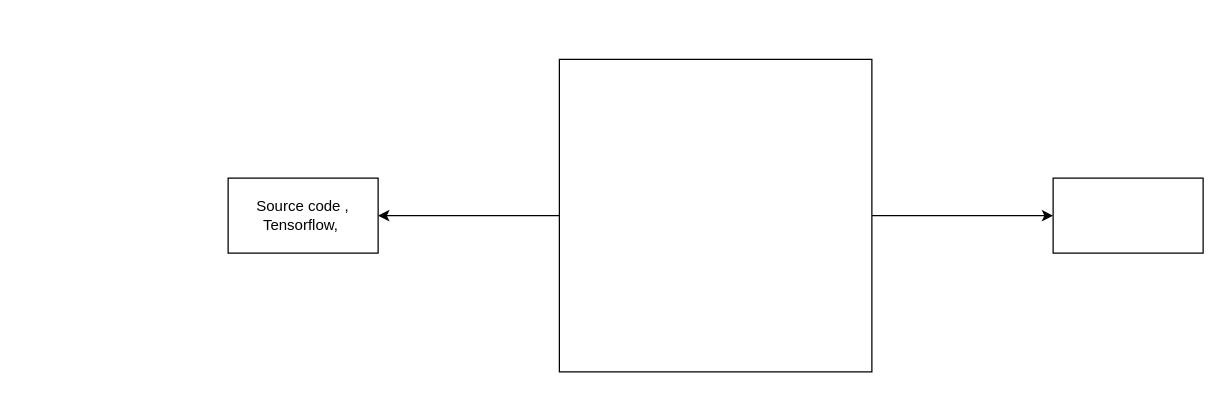
The draw.io diagram Diagramme sans nom.drawio in tperchoc/CGRA, before the edit. Source tidied: cells renumbered, new cells numbered last; positions are measured from the earlier drawing's top-left corner, leaving out a move shared by most shapes. Both pictures are drawn from the tidied source at 125%, with x=0, y=0 at pixel (228, 59).
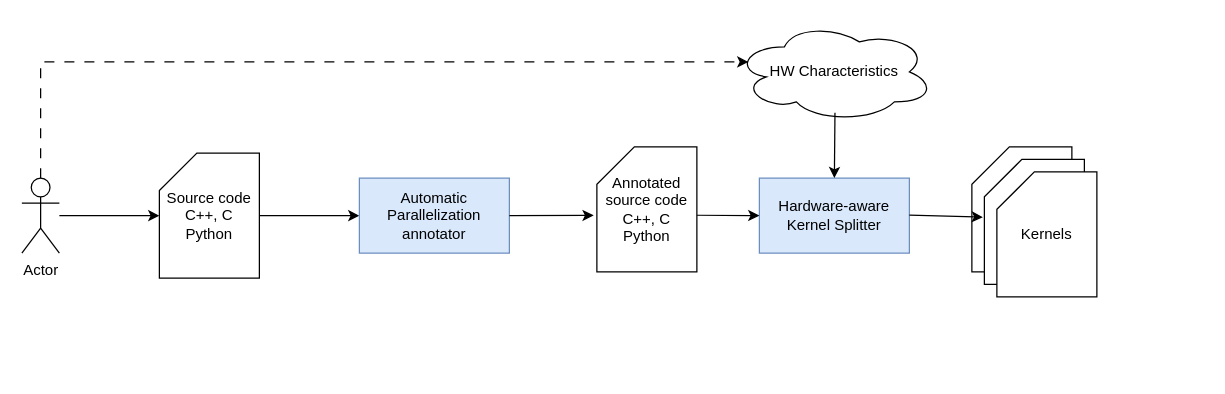
The same page after the edit.

Commit message:
Mettre à jour Diagramme sans nom.drawio

Diff of the diagram source:
```diff
@@
-    <mxCell id="2" style="edgeStyle=orthogonalEdgeStyle;rounded=0;jettySize=auto;html=1;" parent="1" edge="1" source="4" target="5">
-      <mxGeometry relative="1" as="geometry" />
-    </mxCell>
-    <mxCell id="3" style="edgeStyle=orthogonalEdgeStyle;rounded=0;jettySize=auto;html=1;" parent="1" edge="1" source="4" target="6">
-      <mxGeometry relative="1" as="geometry" />
-    </mxCell>
-    <mxCell id="4" style="whiteSpace=wrap;html=1;" parent="1" vertex="1">
-      <mxGeometry x="265" width="250" height="250" as="geometry" />
-    </mxCell>
-    <mxCell id="5" style="whiteSpace=wrap;html=1;" parent="1" vertex="1">
-      <mxGeometry x="660" y="95" width="120" height="60" as="geometry" />
-    </mxCell>
-    <mxCell id="6" value="Source code , Tensorflow,&amp;nbsp;" style="whiteSpace=wrap;html=1;" parent="1" vertex="1">
-      <mxGeometry y="95" width="120" height="60" as="geometry" />
-    </mxCell>
+    <mxCell id="7" value="Actor" style="shape=umlActor;verticalLabelPosition=bottom;verticalAlign=top;html=1;outlineConnect=0;" parent="1" vertex="1">
+      <mxGeometry x="-165" y="95" width="30" height="60" as="geometry" />
+    </mxCell>
+    <mxCell id="8" style="endArrow=classic;html=1;rounded=0;" parent="1" edge="1" source="7" target="11">
+      <mxGeometry relative="1" as="geometry" />
+    </mxCell>
+    <mxCell id="9" style="endArrow=classic;html=1;rounded=0;entryX=0;entryY=0.5;entryDx=0;entryDy=0;exitX=1;exitY=0.5;exitDx=0;exitDy=0;exitPerimeter=0;" parent="1" edge="1" source="11" target="10">
+      <mxGeometry relative="1" as="geometry" />
+    </mxCell>
+    <mxCell id="10" value="Automatic Parallelization annotator" style="whiteSpace=wrap;html=1;fillColor=#dae8fc;strokeColor=#6c8ebf;" parent="1" vertex="1">
+      <mxGeometry x="105" y="95" width="120" height="60" as="geometry" />
+    </mxCell>
+    <mxCell id="11" value="&lt;div&gt;Source code&lt;/div&gt;&lt;div&gt;C++, C&lt;/div&gt;&lt;div&gt;Python&lt;br&gt;&lt;/div&gt;" style="shape=card;whiteSpace=wrap;html=1;" parent="1" vertex="1">
+      <mxGeometry x="-55" y="75" width="80" height="100" as="geometry" />
+    </mxCell>
+    <mxCell id="12" value="&lt;div&gt;Annotated source code&lt;/div&gt;&lt;div&gt;C++, C&lt;/div&gt;&lt;div&gt;Python&lt;br&gt;&lt;/div&gt;" style="shape=card;whiteSpace=wrap;html=1;" parent="1" vertex="1">
+      <mxGeometry x="295" y="70" width="80" height="100" as="geometry" />
+    </mxCell>
+    <mxCell id="13" style="endArrow=classic;html=1;rounded=0;exitX=1;exitY=0.5;exitDx=0;exitDy=0;entryX=-0.032;entryY=0.548;entryDx=0;entryDy=0;entryPerimeter=0;" parent="1" edge="1" source="10" target="12">
+      <mxGeometry relative="1" as="geometry" />
+    </mxCell>
+    <mxCell id="14" value="Hardware-aware Kernel Splitter" style="whiteSpace=wrap;html=1;fillColor=#dae8fc;strokeColor=#6c8ebf;" parent="1" vertex="1">
+      <mxGeometry x="425" y="95" width="120" height="60" as="geometry" />
+    </mxCell>
+    <mxCell id="15" style="endArrow=classic;html=1;rounded=0;exitX=0.985;exitY=0.589;exitDx=0;exitDy=0;exitPerimeter=0;entryX=0;entryY=0.5;entryDx=0;entryDy=0;" parent="1" edge="1" target="14">
+      <mxGeometry relative="1" as="geometry">
+        <mxPoint x="375" y="124.7" as="sourcePoint" />
+      </mxGeometry>
+    </mxCell>
+    <mxCell id="16" value="HW Characteristics" style="ellipse;shape=cloud;whiteSpace=wrap;html=1;" parent="1" vertex="1">
+      <mxGeometry x="405" y="-30" width="160" height="80" as="geometry" />
+    </mxCell>
+    <mxCell id="17" style="endArrow=classic;html=1;rounded=0;dashed=1;dashPattern=8 8;entryX=0.07;entryY=0.4;entryDx=0;entryDy=0;entryPerimeter=0;edgeStyle=orthogonalEdgeStyle;exitX=0.5;exitY=0;exitDx=0;exitDy=0;exitPerimeter=0;" parent="1" edge="1" source="7" target="16">
+      <mxGeometry relative="1" as="geometry">
+        <Array as="points">
+          <mxPoint x="-150" y="2" />
+        </Array>
+      </mxGeometry>
+    </mxCell>
+    <mxCell id="18" style="endArrow=classic;html=1;rounded=0;exitX=0.503;exitY=0.909;exitDx=0;exitDy=0;exitPerimeter=0;entryX=0.5;entryY=0;entryDx=0;entryDy=0;" parent="1" edge="1" source="16" target="14">
+      <mxGeometry relative="1" as="geometry" />
+    </mxCell>
+    <mxCell id="19" style="group;" parent="1" vertex="1">
+      <mxGeometry x="595" y="70" width="100" height="120" as="geometry" />
+    </mxCell>
+    <mxCell id="20" style="shape=card;whiteSpace=wrap;html=1;" parent="19" vertex="1">
+      <mxGeometry width="80" height="100" as="geometry" />
+    </mxCell>
+    <mxCell id="21" style="shape=card;whiteSpace=wrap;html=1;" parent="19" vertex="1">
+      <mxGeometry x="10" y="10" width="80" height="100" as="geometry" />
+    </mxCell>
+    <mxCell id="22" value="Kernels" style="shape=card;whiteSpace=wrap;html=1;" parent="19" vertex="1">
+      <mxGeometry x="20" y="20" width="80" height="100" as="geometry" />
+    </mxCell>
+    <mxCell id="23" style="endArrow=classic;html=1;rounded=0;exitX=0.985;exitY=0.589;exitDx=0;exitDy=0;exitPerimeter=0;entryX=-0.015;entryY=0.462;entryDx=0;entryDy=0;entryPerimeter=0;" parent="1" edge="1" target="21">
+      <mxGeometry relative="1" as="geometry">
+        <mxPoint x="545" y="124.6" as="sourcePoint" />
+      </mxGeometry>
+    </mxCell>
```
